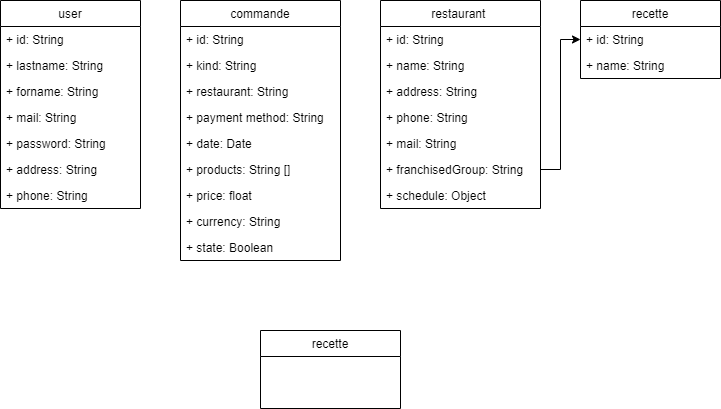
Above: good_food_2.0/Database model/Untitled Diagram.drawio.png in obaconnais/good_food_2.0 (draw.io), before the change. Source tidied: cells renumbered, new cells last; positions are measured from the earlier drawing's top-left corner, leaving out a move shared by most shapes.
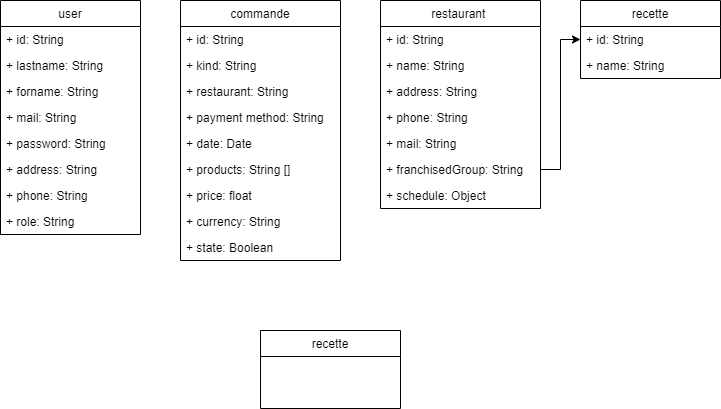
Later version of the same file.

Commit message:
Update: Database model

What changed in the source:
```diff
@@ -3,7 +3,7 @@
     <mxCell id="0" />
     <mxCell id="1" parent="0" />
     <mxCell id="2" value="user" style="swimlane;fontStyle=0;horizontal=1;startSize=26;fillColor=none;" parent="1" vertex="1">
-      <mxGeometry width="140" height="208" as="geometry" />
+      <mxGeometry width="140" height="234" as="geometry" />
     </mxCell>
     <mxCell id="3" value="+ id: String" style="text;strokeColor=none;fillColor=none;align=left;verticalAlign=top;spacingLeft=4;spacingRight=4;overflow=hidden;" parent="2" vertex="1">
       <mxGeometry y="26" width="140" height="26" as="geometry" />
@@ -26,6 +26,9 @@
     <mxCell id="9" value="+ phone: String" style="text;strokeColor=none;fillColor=none;align=left;verticalAlign=top;spacingLeft=4;spacingRight=4;overflow=hidden;" parent="2" vertex="1">
       <mxGeometry y="182" width="140" height="26" as="geometry" />
     </mxCell>
+    <mxCell id="33" value="+ role: String" style="text;strokeColor=none;fillColor=none;align=left;verticalAlign=top;spacingLeft=4;spacingRight=4;overflow=hidden;" parent="2" vertex="1">
+      <mxGeometry y="208" width="140" height="26" as="geometry" />
+    </mxCell>
     <mxCell id="10" value="restaurant " style="swimlane;fontStyle=0;horizontal=1;startSize=26;fillColor=none;" parent="1" vertex="1">
       <mxGeometry x="380" width="160" height="208" as="geometry" />
     </mxCell>
```
